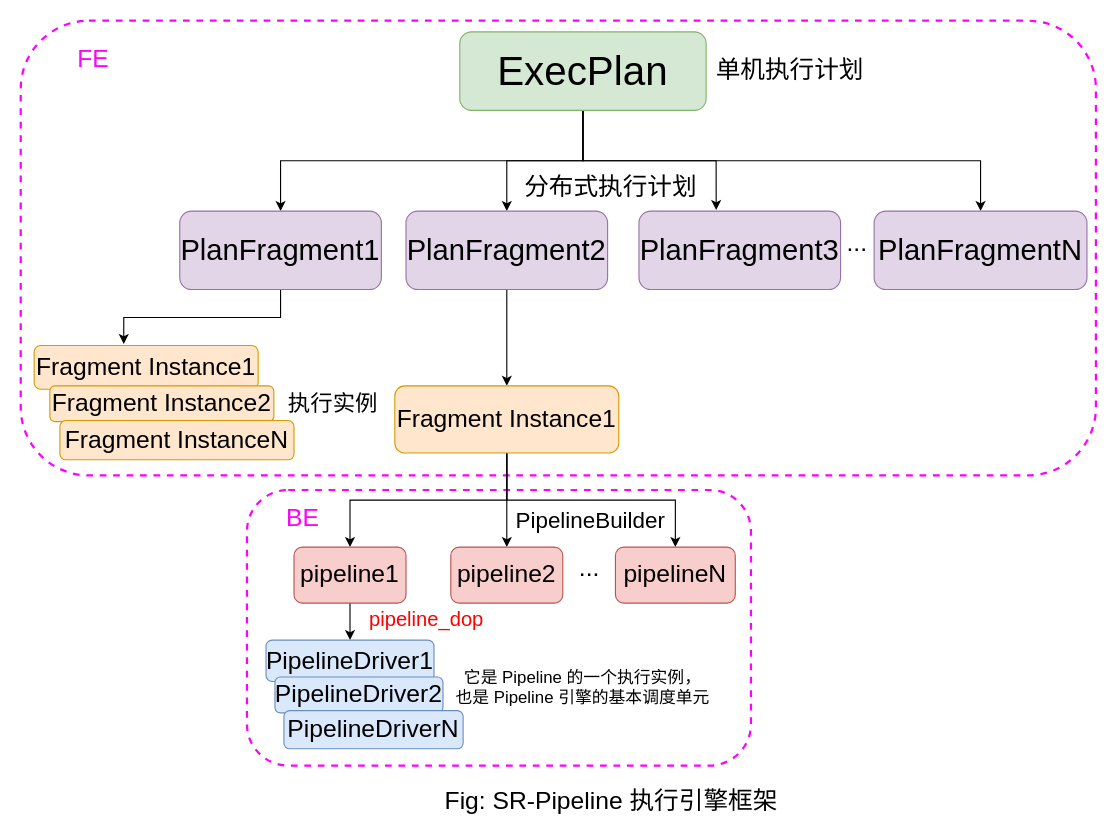
Earlier version of the draw.io diagram page "base-frame" (1 of 2) of db/starrocks/pipeline.drawio (zhangm365/draw_pics). Source tidied: cells renumbered, new cells numbered last; positions are measured from the earlier drawing's top-left corner, leaving out a move shared by most shapes. Both pictures are drawn from the tidied source at 112%, with x=0, y=0 at pixel (20, 20).
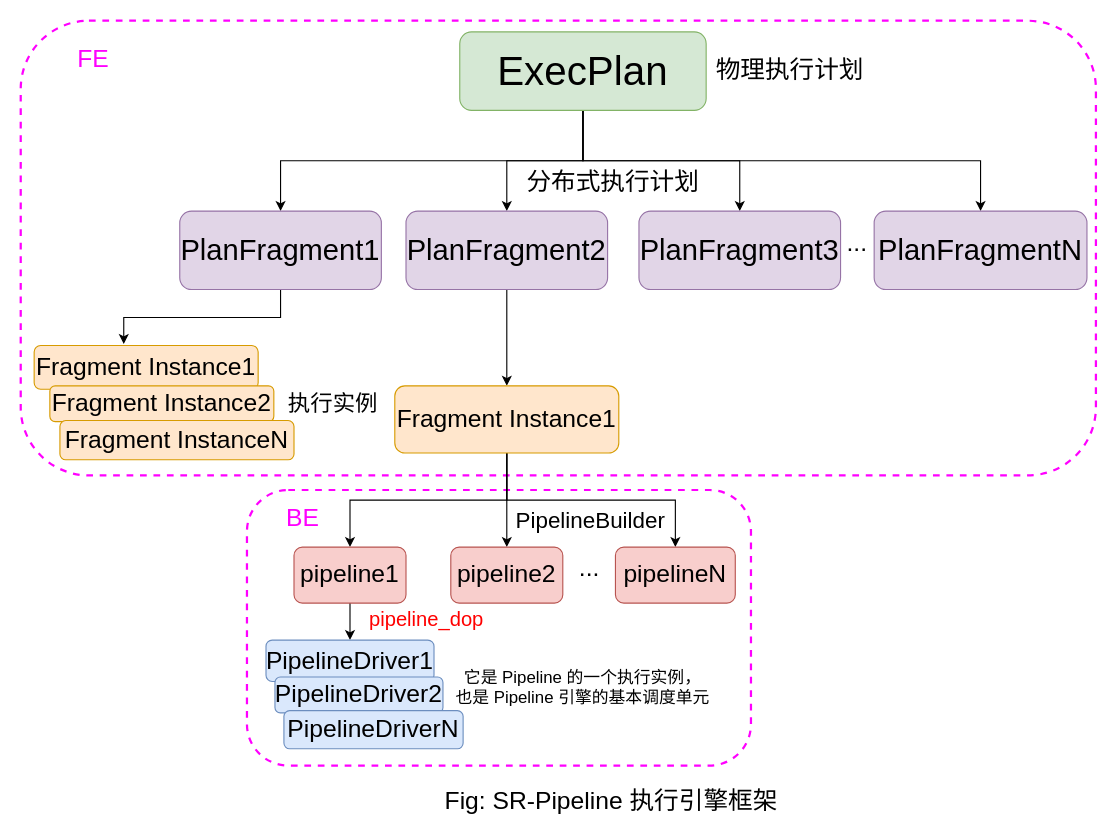
After the change.

Commit message (it also covers changes not shown here):
add pipeline pics

The change refers to these unchanged cells:
```xml
<mxCell id="8" value="&lt;font style=&quot;font-size: 36px;&quot;&gt;ExecPlan&lt;/font&gt;" style="rounded=1;whiteSpace=wrap;html=1;fillColor=#d5e8d4;strokeColor=#82b366;" parent="1" vertex="1">
  <mxGeometry x="392" y="10" width="220" height="70" as="geometry" />
</mxCell>
<mxCell id="14" value="&lt;font style=&quot;font-size: 26px;&quot;&gt;PlanFragment3&lt;/font&gt;" style="rounded=1;whiteSpace=wrap;html=1;fillColor=#e1d5e7;strokeColor=#9673a6;" parent="1" vertex="1">
  <mxGeometry x="552" y="170" width="180" height="70" as="geometry" />
</mxCell>
<mxCell id="15" value="&lt;font style=&quot;font-size: 26px;&quot;&gt;PlanFragmentN&lt;/font&gt;" style="rounded=1;whiteSpace=wrap;html=1;fillColor=#e1d5e7;strokeColor=#9673a6;" parent="1" vertex="1">
  <mxGeometry x="762" y="170" width="190" height="70" as="geometry" />
</mxCell>
```

Diff of the diagram source:
```diff
@@
+    <mxCell id="7" style="edgeStyle=orthogonalEdgeStyle;rounded=0;jettySize=auto;html=1;exitX=0.5;exitY=1;exitDx=0;exitDy=0;" parent="1" edge="1" source="8" target="15">
+      <mxGeometry relative="1" as="geometry" />
+    </mxCell>
-    <mxCell id="6" style="edgeStyle=orthogonalEdgeStyle;rounded=0;jettySize=auto;html=1;entryX=0.383;entryY=-0.014;entryDx=0;entryDy=0;entryPerimeter=0;" parent="1" edge="1" source="8" target="14">
+    <mxCell id="6" style="edgeStyle=orthogonalEdgeStyle;rounded=0;jettySize=auto;html=1;" parent="1" edge="1" source="8" target="14">
       <mxGeometry relative="1" as="geometry" />
     </mxCell>
-    <mxCell id="7" style="edgeStyle=orthogonalEdgeStyle;rounded=0;jettySize=auto;html=1;exitX=0.5;exitY=1;exitDx=0;exitDy=0;" parent="1" edge="1" source="8" target="15">
-      <mxGeometry relative="1" as="geometry" />
-    </mxCell>
@@
-    <mxCell id="9" value="&lt;font style=&quot;font-size: 22px;&quot;&gt;单机执行计划&lt;/font&gt;" style="text;html=1;align=center;verticalAlign=middle;whiteSpace=wrap;rounded=0;" parent="1" vertex="1">
+    <mxCell id="9" value="&lt;font style=&quot;font-size: 22px;&quot;&gt;物理执行计划&lt;/font&gt;" style="text;html=1;align=center;verticalAlign=middle;whiteSpace=wrap;rounded=0;" parent="1" vertex="1">
       <mxGeometry x="582" y="30" width="210" height="30" as="geometry" />
     </mxCell>
@@
     <mxCell id="16" value="&lt;font style=&quot;font-size: 22px;&quot;&gt;分布式执行计划&lt;/font&gt;" style="text;html=1;align=center;verticalAlign=middle;whiteSpace=wrap;rounded=0;" parent="1" vertex="1">
-      <mxGeometry x="422" y="134" width="210" height="30" as="geometry" />
+      <mxGeometry x="424" y="130" width="210" height="30" as="geometry" />
     </mxCell>
```
